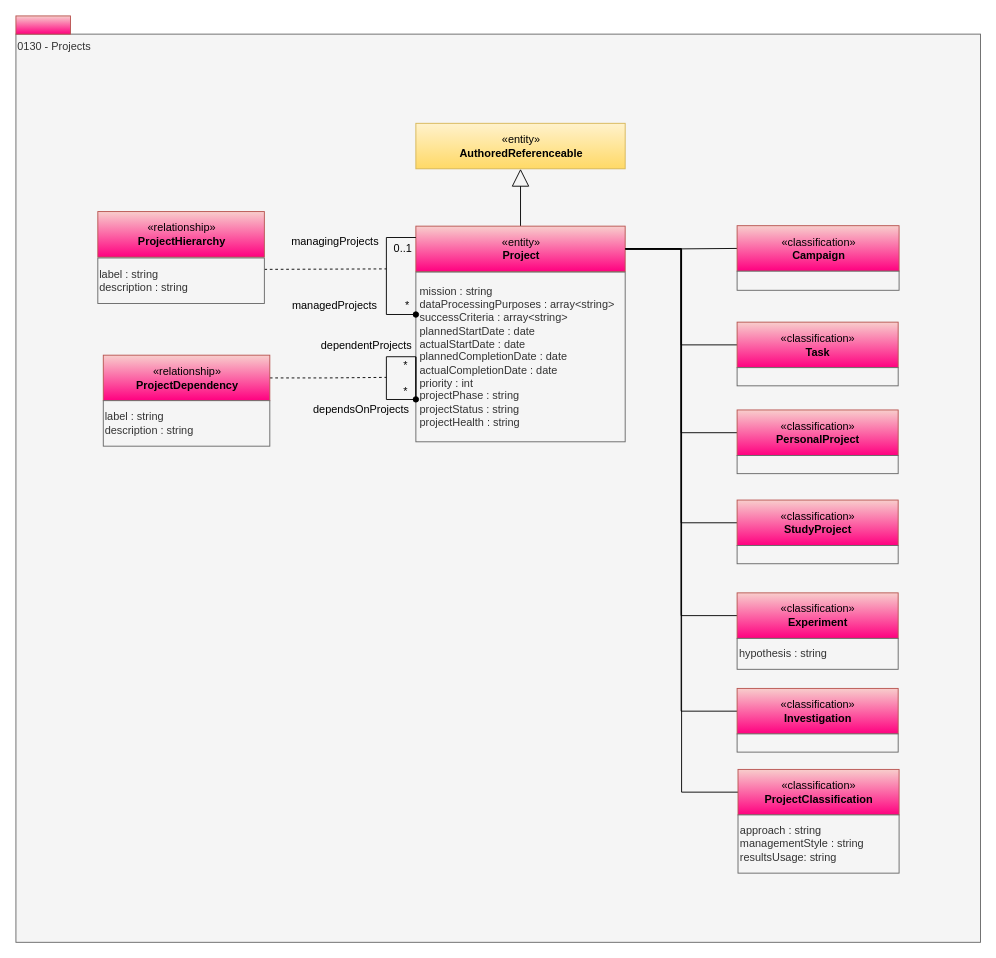
The draw.io diagram page "0130-Projects" (10 of 16) of site/docs/types/1/area-1-collaboration.drawio in odpi/egeria-docs, before the edit. Source tidied: cells renumbered, new cells numbered last; positions are measured from the earlier drawing's top-left corner, leaving out a move shared by most shapes. Both pictures are drawn from the tidied source at 91%, with x=0, y=0 at pixel (15, 15).
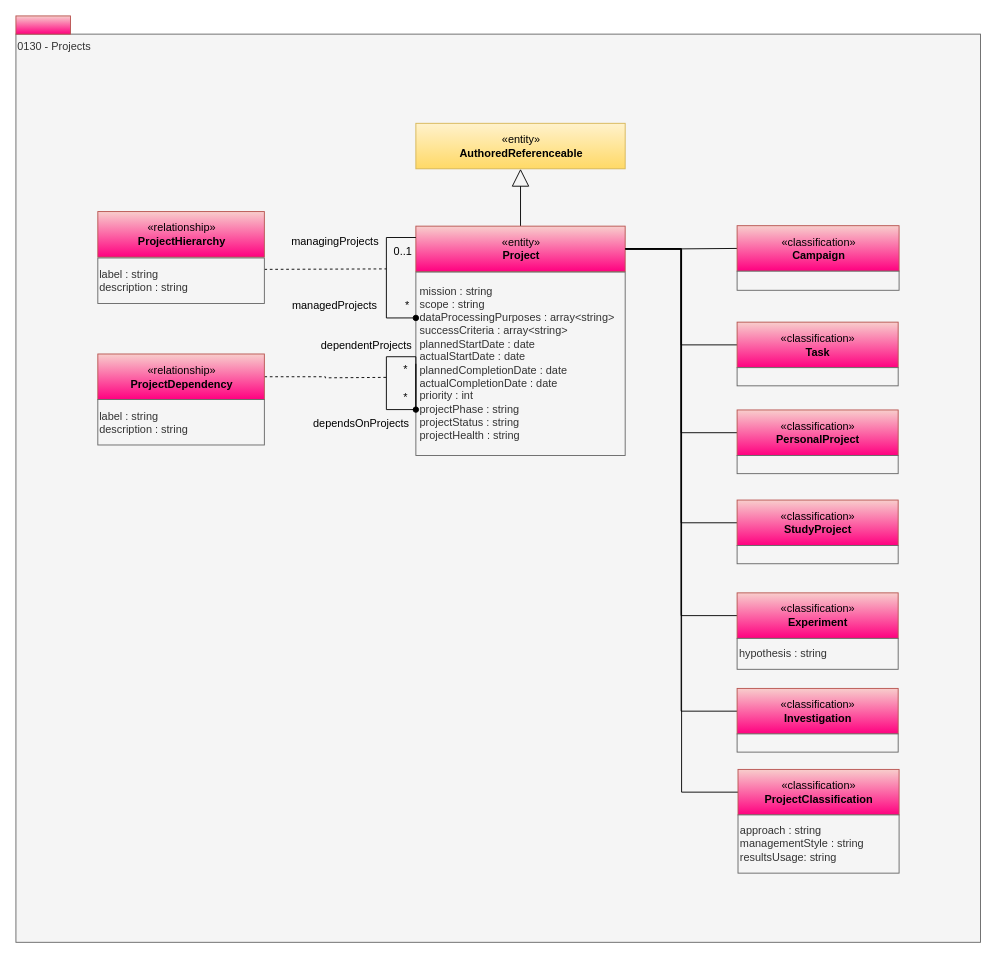
The same diagram, later.

Commit message (it also covers changes not shown here):
Add scope to project and defaultValueOverride to SchemaAttribute

Unchanged cells that the change refers to:
```xml
<mxCell id="8" value="«entity»&lt;br&gt;&lt;b&gt;Project&lt;/b&gt;" style="html=1;strokeColor=#b85450;align=center;fillColor=#f8cecc;gradientColor=#FF0080;" parent="1" vertex="1">
  <mxGeometry x="439.5" y="231" width="230" height="50" as="geometry" />
</mxCell>
```

Change to the diagram source:
```diff
@@
-    <mxCell id="10" value="&lt;div&gt;mission : string&lt;/div&gt;&lt;div&gt;dataProcessingPurposes : array&amp;lt;string&amp;gt;&lt;/div&gt;&lt;div&gt;successCriteria : array&amp;lt;string&amp;gt;&lt;/div&gt;&lt;div&gt;&lt;span style=&quot;background-color: transparent; color: light-dark(rgb(51, 51, 51), rgb(193, 193, 193));&quot;&gt;plannedStartDate : date&lt;/span&gt;&lt;/div&gt;&lt;div&gt;actualStartDate : date&lt;/div&gt;&lt;div&gt;plannedCompletionDate : date&lt;br&gt;actualCompletionDate : date&lt;br&gt;&lt;div&gt;priority : int&lt;br&gt;&lt;div&gt;projectPhase : string&lt;br&gt;projectStatus : string&lt;div&gt;projectHealth : string&lt;/div&gt;&lt;/div&gt;&lt;/div&gt;&lt;/div&gt;" style="rounded=0;whiteSpace=wrap;html=1;align=left;spacingLeft=2;fillColor=#f5f5f5;fontColor=#333333;strokeColor=#666666;" parent="1" vertex="1">
-      <mxGeometry x="439.5" y="281.5" width="230" height="186.5" as="geometry" />
+    <mxCell id="10" value="&lt;div&gt;mission : string&lt;/div&gt;&lt;div&gt;scope : string&lt;/div&gt;&lt;div&gt;dataProcessing&lt;span style=&quot;background-color: transparent; color: light-dark(rgb(51, 51, 51), rgb(193, 193, 193));&quot;&gt;Purposes : array&amp;lt;string&amp;gt;&lt;/span&gt;&lt;/div&gt;&lt;div&gt;successCriteria : array&amp;lt;string&amp;gt;&lt;/div&gt;&lt;div&gt;&lt;span style=&quot;background-color: transparent; color: light-dark(rgb(51, 51, 51), rgb(193, 193, 193));&quot;&gt;plannedStartDate : date&lt;/span&gt;&lt;/div&gt;&lt;div&gt;actualStartDate : date&lt;/div&gt;&lt;div&gt;plannedCompletionDate : date&lt;br&gt;actualCompletionDate : date&lt;br&gt;&lt;div&gt;priority : int&lt;br&gt;&lt;div&gt;projectPhase : string&lt;br&gt;projectStatus : string&lt;div&gt;projectHealth : string&lt;/div&gt;&lt;/div&gt;&lt;/div&gt;&lt;/div&gt;" style="rounded=0;whiteSpace=wrap;html=1;align=left;spacingLeft=2;fillColor=#f5f5f5;fontColor=#333333;strokeColor=#666666;" parent="1" vertex="1">
+      <mxGeometry x="439.5" y="281.5" width="230" height="201.5" as="geometry" />
     </mxCell>
@@
     <mxCell id="14" style="edgeStyle=orthogonalEdgeStyle;rounded=0;html=1;exitX=0;exitY=0.25;entryX=0;entryY=0.25;endArrow=oval;endFill=1;jettySize=auto;entryDx=0;entryDy=0;" parent="1" edge="1" source="8" target="10">
-      <mxGeometry relative="1" as="geometry">
+      <mxGeometry x="0.01" relative="1" as="geometry">
         <Array as="points">
           <mxPoint x="407.1" y="243.5" />
-          <mxPoint x="407.1" y="328.1" />
+          <mxPoint x="407.1" y="331.9" />
         </Array>
       </mxGeometry>
     </mxCell>
@@
     <mxCell id="18" value="&lt;div style=&quot;text-align: center&quot;&gt;&lt;span&gt;0..1&lt;/span&gt;&lt;/div&gt;" style="text;html=1;align=center;verticalAlign=top;spacingTop=-4;" parent="1" vertex="1">
-      <mxGeometry x="404.5" y="246" width="40" height="20" as="geometry" />
+      <mxGeometry x="404.5" y="249" width="40" height="20" as="geometry" />
     </mxCell>
@@
     <mxCell id="23" style="edgeStyle=orthogonalEdgeStyle;rounded=0;html=1;entryX=0;entryY=0.5;endArrow=none;endFill=0;jettySize=auto;orthogonalLoop=1;startArrow=oval;startFill=1;exitX=0;exitY=0.75;exitDx=0;exitDy=0;innerLoopWaypoints=1;" parent="1" edge="1" source="10" target="10">
-      <mxGeometry relative="1" as="geometry">
+      <mxGeometry x="-0.09" relative="1" as="geometry">
         <Array as="points">
           <mxPoint x="439.5" y="374.5" />
           <mxPoint x="407.1" y="374.5" />
-          <mxPoint x="407.1" y="421.5" />
-          <mxPoint x="439.5" y="421.5" />
+          <mxPoint x="407.1" y="432.6" />
+          <mxPoint x="439.5" y="432.6" />
         </Array>
       </mxGeometry>
     </mxCell>
@@
     <mxCell id="25" value="*" style="text;html=1;align=center;verticalAlign=top;spacingTop=-4;" parent="1" vertex="1">
-      <mxGeometry x="417.5" y="402.8" width="20" height="20" as="geometry" />
+      <mxGeometry x="417.5" y="409.8" width="20" height="20" as="geometry" />
     </mxCell>
     <mxCell id="26" value="dependsOnProjects" style="text;html=1;align=left;verticalAlign=top;spacingTop=-4;" parent="1" vertex="1">
-      <mxGeometry x="324.5" y="422.8" width="120" height="20" as="geometry" />
+      <mxGeometry x="324.5" y="437.8" width="120" height="20" as="geometry" />
     </mxCell>
     <mxCell id="27" value="&lt;div style=&quot;text-align: center&quot;&gt;&lt;span&gt;*&lt;/span&gt;&lt;/div&gt;" style="text;html=1;align=center;verticalAlign=top;spacingTop=-4;" parent="1" vertex="1">
-      <mxGeometry x="417.5" y="375" width="20" height="20" as="geometry" />
+      <mxGeometry x="417.5" y="379" width="20" height="20" as="geometry" />
     </mxCell>
@@
     <mxCell id="29" value="«relationship»&lt;br&gt;&lt;b&gt;ProjectDependency&lt;/b&gt;" style="html=1;strokeColor=#b85450;align=center;fillColor=#f8cecc;gradientColor=#FF0080;" parent="1" vertex="1">
-      <mxGeometry x="96" y="372.8" width="183" height="50" as="geometry" />
+      <mxGeometry x="90" y="371.5" width="183" height="50" as="geometry" />
     </mxCell>
     <mxCell id="30" value="label : string&lt;br&gt;&lt;div&gt;description : string&lt;/div&gt;" style="rounded=0;whiteSpace=wrap;html=1;strokeColor=#666666;align=left;fillColor=#f5f5f5;fontColor=#333333;" parent="1" vertex="1">
-      <mxGeometry x="96" y="422.8" width="183" height="50" as="geometry" />
+      <mxGeometry x="90" y="421.5" width="183" height="50" as="geometry" />
     </mxCell>
```
